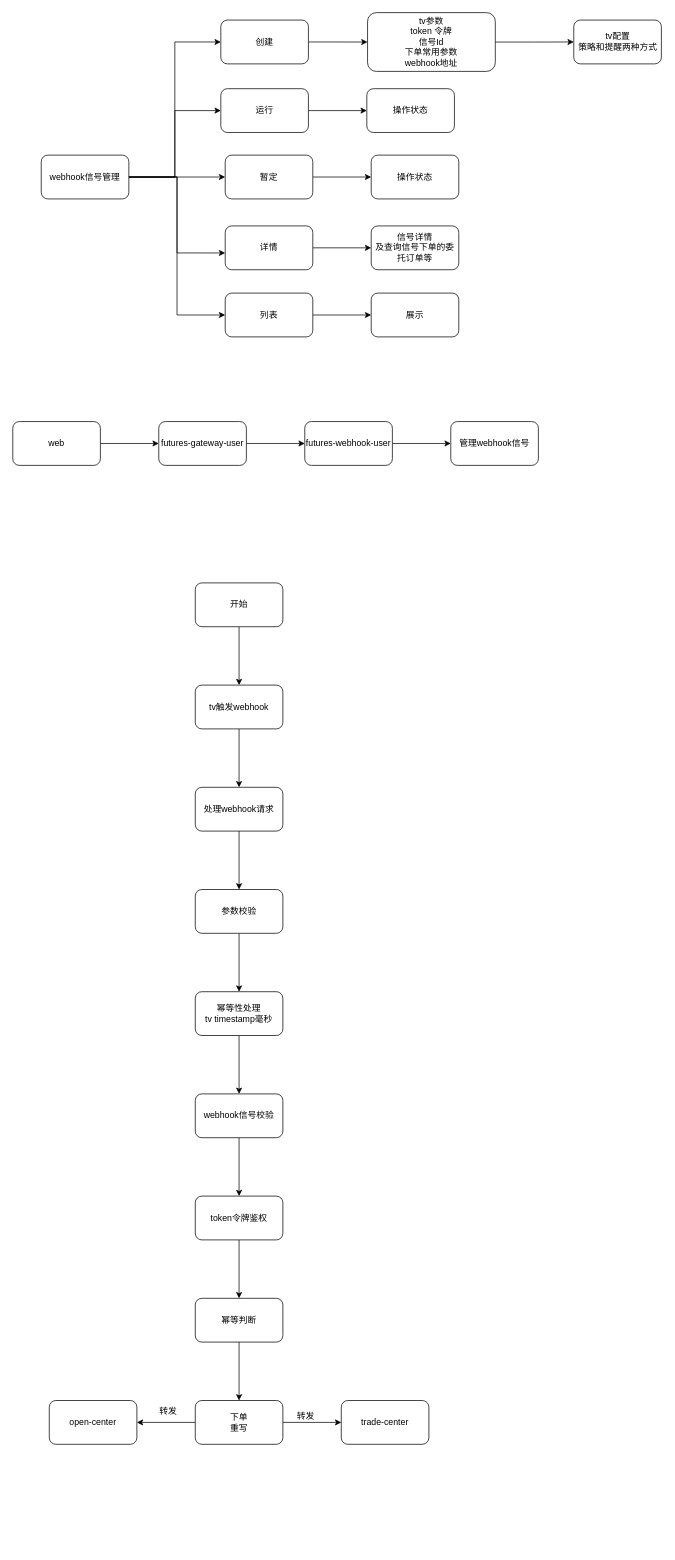
Above: webhook.drawio in xu-xiwei/drawio (draw.io), before the change. Source tidied: cells renumbered, new cells numbered last; positions are measured from the earlier drawing's top-left corner, leaving out a move shared by most shapes. Both pictures are drawn from the tidied source at 73%, with x=0, y=0 at pixel (12, 12).
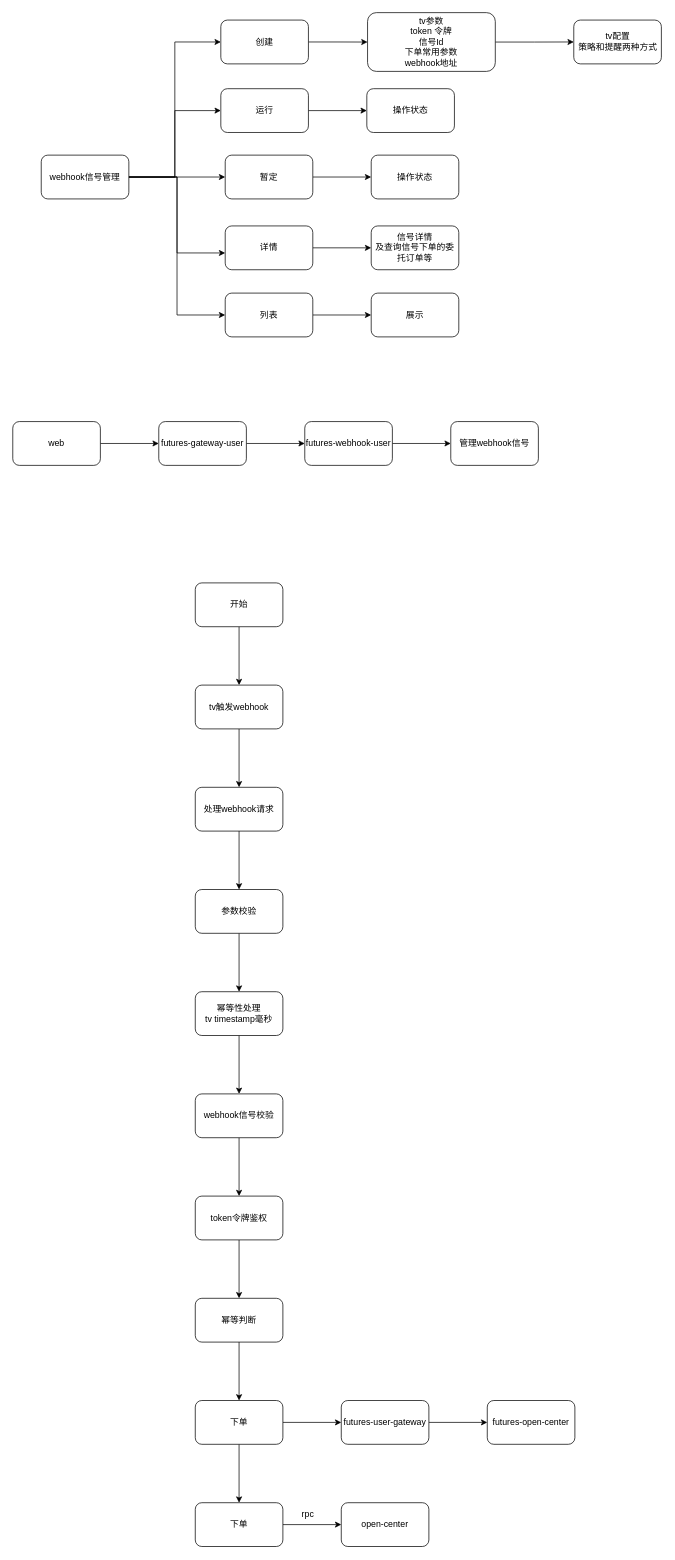
The same page after the edit.

What changed in the source:
```diff
@@
-    <mxCell id="48" style="edgeStyle=orthogonalEdgeStyle;rounded=0;jettySize=auto;html=1;" parent="1" edge="1" source="50" target="51">
-      <mxGeometry relative="1" as="geometry" />
-    </mxCell>
-    <mxCell id="49" style="edgeStyle=orthogonalEdgeStyle;rounded=0;jettySize=auto;html=1;" parent="1" edge="1" source="50" target="52">
-      <mxGeometry relative="1" as="geometry" />
-    </mxCell>
+    <mxCell id="55" style="edgeStyle=orthogonalEdgeStyle;rounded=0;jettySize=auto;html=1;" parent="1" edge="1" source="50" target="58">
+      <mxGeometry relative="1" as="geometry" />
+    </mxCell>
+    <mxCell id="56" style="edgeStyle=orthogonalEdgeStyle;rounded=0;jettySize=auto;html=1;" parent="1" edge="1" source="50" target="61">
+      <mxGeometry relative="1" as="geometry" />
+    </mxCell>
-    <mxCell id="50" value="下单&lt;div&gt;重写&lt;/div&gt;" style="whiteSpace=wrap;html=1;rounded=1;" parent="1" vertex="1">
+    <mxCell id="50" value="下单" style="whiteSpace=wrap;html=1;rounded=1;" parent="1" vertex="1">
       <mxGeometry x="250" y="1901" width="120" height="60" as="geometry" />
     </mxCell>
-    <mxCell id="51" value="trade-center" style="whiteSpace=wrap;html=1;rounded=1;" parent="1" vertex="1">
-      <mxGeometry x="450" y="1901" width="120" height="60" as="geometry" />
-    </mxCell>
+    <mxCell id="57" style="edgeStyle=orthogonalEdgeStyle;rounded=0;jettySize=auto;html=1;" parent="1" edge="1" source="58" target="59">
+      <mxGeometry relative="1" as="geometry" />
+    </mxCell>
+    <mxCell id="58" value="futures-user-gateway" style="whiteSpace=wrap;html=1;rounded=1;" parent="1" vertex="1">
+      <mxGeometry x="450" y="1901" width="120" height="60" as="geometry" />
+    </mxCell>
+    <mxCell id="59" value="futures-open-center" style="whiteSpace=wrap;html=1;rounded=1;" parent="1" vertex="1">
+      <mxGeometry x="650" y="1901" width="120" height="60" as="geometry" />
+    </mxCell>
+    <mxCell id="60" style="edgeStyle=orthogonalEdgeStyle;rounded=0;jettySize=auto;html=1;" parent="1" edge="1" source="61" target="52">
+      <mxGeometry relative="1" as="geometry" />
+    </mxCell>
+    <mxCell id="61" value="下单" style="whiteSpace=wrap;html=1;rounded=1;" parent="1" vertex="1">
+      <mxGeometry x="250" y="2041" width="120" height="60" as="geometry" />
+    </mxCell>
     <mxCell id="52" value="open-center" style="whiteSpace=wrap;html=1;rounded=1;" parent="1" vertex="1">
-      <mxGeometry x="50" y="1901" width="120" height="60" as="geometry" />
+      <mxGeometry x="450" y="2041" width="120" height="60" as="geometry" />
     </mxCell>
-    <mxCell id="53" value="转发" style="text;html=1;align=center;verticalAlign=middle;strokeColor=none;fillColor=none;" parent="1" vertex="1">
-      <mxGeometry x="380" y="1910" width="42" height="26" as="geometry" />
-    </mxCell>
-    <mxCell id="54" value="转发" style="text;strokeColor=none;align=center;fillColor=none;html=1;verticalAlign=middle;whiteSpace=wrap;rounded=0;" parent="1" vertex="1">
-      <mxGeometry x="183" y="1901" width="60" height="30" as="geometry" />
-    </mxCell>
+    <mxCell id="62" value="rpc" style="text;html=1;align=center;verticalAlign=middle;strokeColor=none;fillColor=none;" parent="1" vertex="1">
+      <mxGeometry x="386" y="2044" width="35" height="26" as="geometry" />
+    </mxCell>
```
